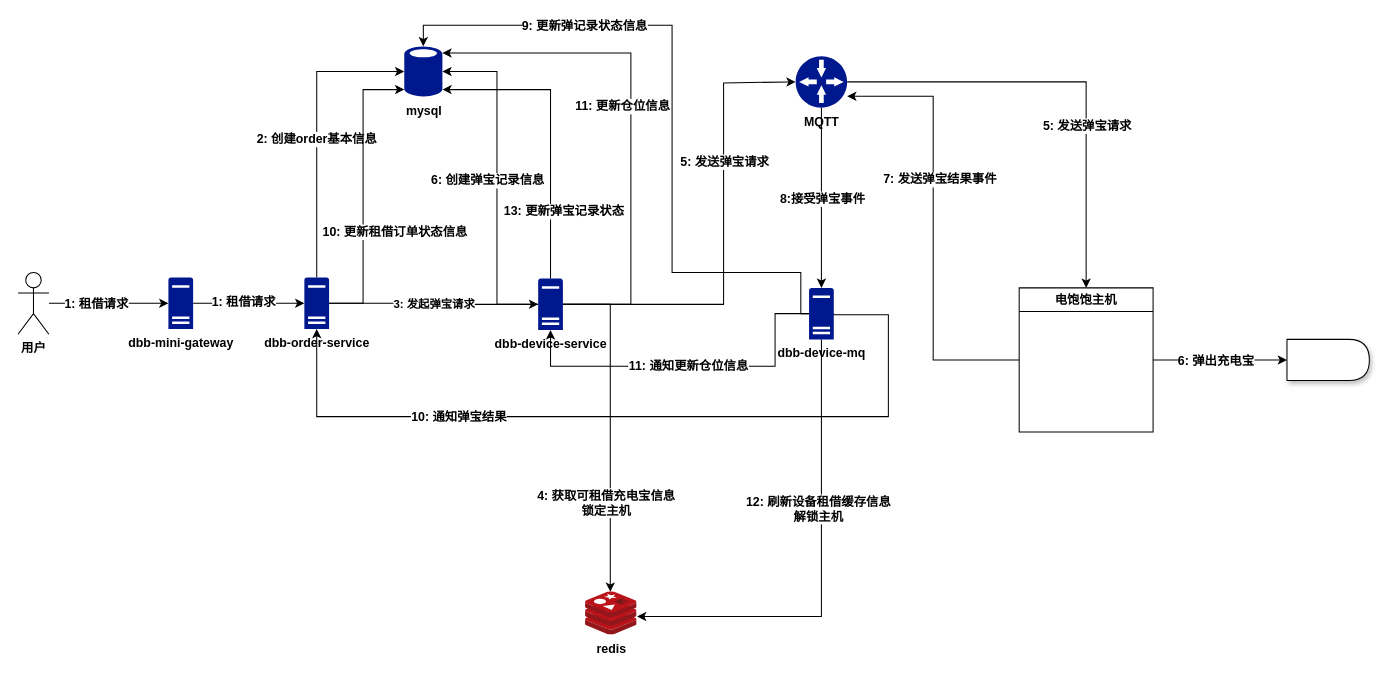
unmurphy/markdown-photo keeps this draw.io diagram as dbb work flow.drawio. Above is the earlier version. Source tidied: cells renumbered, new cells numbered last; positions are measured from the earlier drawing's top-left corner, leaving out a move shared by most shapes. Both pictures are drawn from the tidied source at 103%, with x=0, y=0 at pixel (18, 25).
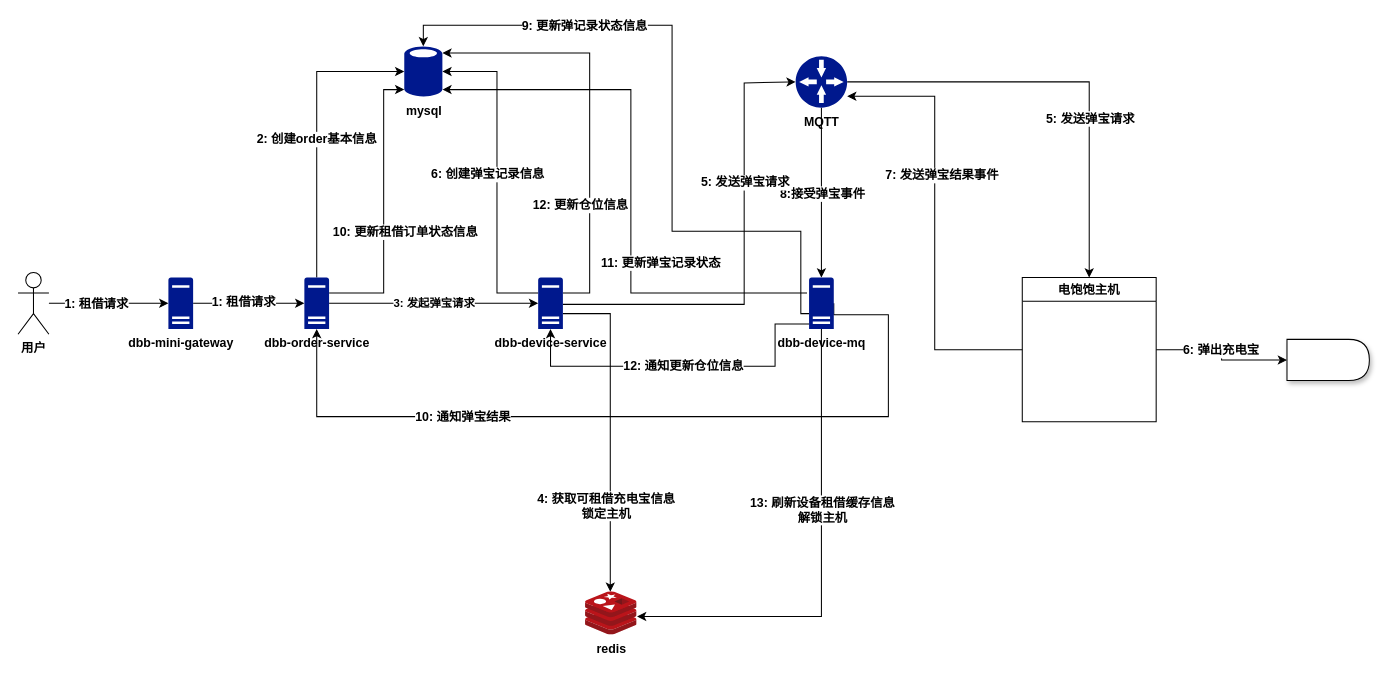
Above is the later version.

The change refers to these unchanged cells:
```xml
<mxCell id="14" value="MQTT" style="shadow=0;dashed=0;html=1;strokeColor=none;labelPosition=center;verticalLabelPosition=bottom;verticalAlign=top;align=center;fillColor=#00188D;shape=mxgraph.mscae.enterprise.gateway;fontStyle=1;" parent="1" vertex="1">
  <mxGeometry x="755" y="30" width="50" height="50" as="geometry" />
</mxCell>
<mxCell id="20" value="dbb-order-service" style="shadow=0;dashed=0;html=1;strokeColor=none;labelPosition=center;verticalLabelPosition=bottom;verticalAlign=top;align=center;fillColor=#00188D;shape=mxgraph.mscae.enterprise.server_generic;fontStyle=1;" parent="1" vertex="1">
  <mxGeometry x="278" y="245" width="24" height="50" as="geometry" />
</mxCell>
<mxCell id="35" value="mysql" style="shadow=0;dashed=0;html=1;strokeColor=none;labelPosition=center;verticalLabelPosition=bottom;verticalAlign=top;align=center;fillColor=#00188D;shape=mxgraph.mscae.enterprise.database_generic;fontStyle=1;" parent="1" vertex="1">
  <mxGeometry x="375" y="20" width="37" height="50" as="geometry" />
</mxCell>
<mxCell id="36" value="redis" style="html=1;points=[];align=center;image;fontSize=12;image=img/lib/mscae/Cache_Redis_Product.svg;fontStyle=1;" parent="1" vertex="1">
  <mxGeometry x="551" y="550" width="50" height="42" as="geometry" />
</mxCell>
<mxCell id="44" style="edgeStyle=orthogonalEdgeStyle;rounded=0;jettySize=auto;html=1;entryX=1;entryY=0.571;entryDx=0;entryDy=0;entryPerimeter=0;" parent="1" edge="1" source="46" target="36">
  <mxGeometry relative="1" as="geometry">
    <Array as="points">
      <mxPoint x="780" y="574" />
    </Array>
  </mxGeometry>
</mxCell>
```

Change to the diagram source:
```diff
@@
     <mxCell id="9" value="电饱饱主机" style="swimlane;" parent="1" vertex="1">
-      <mxGeometry x="972" y="255" width="130" height="140" as="geometry" />
+      <mxGeometry x="975" y="245" width="130" height="140" as="geometry" />
     </mxCell>
@@
     <mxCell id="18" style="edgeStyle=orthogonalEdgeStyle;rounded=0;jettySize=auto;html=1;entryX=0;entryY=0.85;entryDx=0;entryDy=0;entryPerimeter=0;" parent="1" edge="1" source="20" target="35">
       <mxGeometry relative="1" as="geometry">
         <Array as="points">
-          <mxPoint x="335" y="270" />
-          <mxPoint x="335" y="63" />
+          <mxPoint x="355" y="260" />
+          <mxPoint x="355" y="63" />
         </Array>
       </mxGeometry>
     </mxCell>
     <mxCell id="19" value="&lt;b&gt;10: 更新租借订单状态信息&lt;/b&gt;" style="text;html=1;align=center;verticalAlign=middle;labelBackgroundColor=#ffffff;" parent="18" vertex="1">
       <mxGeometry x="-0.12" relative="1" as="geometry">
-        <mxPoint x="30" y="20" as="offset" />
+        <mxPoint x="20" y="6" as="offset" />
       </mxGeometry>
     </mxCell>
@@
     <mxCell id="21" style="edgeStyle=orthogonalEdgeStyle;rounded=0;jettySize=auto;html=1;entryX=1;entryY=0.5;entryDx=0;entryDy=0;entryPerimeter=0;" parent="1" edge="1" source="31" target="35">
       <mxGeometry relative="1" as="geometry">
         <Array as="points">
-          <mxPoint x="465" y="271" />
+          <mxPoint x="465" y="260" />
           <mxPoint x="465" y="45" />
         </Array>
       </mxGeometry>
     </mxCell>
@@
     <mxCell id="23" style="edgeStyle=orthogonalEdgeStyle;rounded=0;jettySize=auto;html=1;" parent="1" edge="1" source="31" target="36">
       <mxGeometry relative="1" as="geometry">
         <Array as="points">
-          <mxPoint x="575" y="271" />
+          <mxPoint x="575" y="280" />
         </Array>
       </mxGeometry>
     </mxCell>
@@
     <mxCell id="25" style="edgeStyle=orthogonalEdgeStyle;rounded=0;jettySize=auto;html=1;entryX=0;entryY=0.5;entryDx=0;entryDy=0;entryPerimeter=0;" parent="1" edge="1" source="31" target="14">
       <mxGeometry relative="1" as="geometry">
         <Array as="points">
-          <mxPoint x="685" y="271" />
-          <mxPoint x="685" y="56" />
+          <mxPoint x="705" y="271" />
+          <mxPoint x="705" y="56" />
         </Array>
       </mxGeometry>
     </mxCell>
@@
-    <mxCell id="27" style="edgeStyle=orthogonalEdgeStyle;rounded=0;jettySize=auto;html=1;entryX=1;entryY=0.85;entryDx=0;entryDy=0;entryPerimeter=0;" parent="1" edge="1" source="31" target="35">
+    <mxCell id="27" style="edgeStyle=orthogonalEdgeStyle;rounded=0;jettySize=auto;html=1;entryX=1;entryY=0.85;entryDx=0;entryDy=0;entryPerimeter=0;" parent="1" edge="1" target="35">
       <mxGeometry relative="1" as="geometry">
+        <mxPoint x="766" y="260" as="sourcePoint" />
         <Array as="points">
-          <mxPoint x="517" y="63" />
+          <mxPoint x="766" y="260" />
+          <mxPoint x="595" y="260" />
+          <mxPoint x="595" y="63" />
         </Array>
       </mxGeometry>
     </mxCell>
-    <mxCell id="28" value="13: 更新弹宝记录状态" style="text;html=1;align=center;verticalAlign=middle;labelBackgroundColor=#ffffff;fontStyle=1;" parent="27" vertex="1">
+    <mxCell id="28" value="11: 更新弹宝记录状态" style="text;html=1;align=center;verticalAlign=middle;labelBackgroundColor=#ffffff;fontStyle=1;" parent="27" vertex="1">
       <mxGeometry x="-0.6" relative="1" as="geometry">
-        <mxPoint x="12" y="-8" as="offset" />
+        <mxPoint x="-33" y="-30" as="offset" />
       </mxGeometry>
     </mxCell>
     <mxCell id="29" style="edgeStyle=orthogonalEdgeStyle;rounded=0;jettySize=auto;html=1;entryX=1;entryY=0.14;entryDx=0;entryDy=0;entryPerimeter=0;" parent="1" edge="1" source="31" target="35">
       <mxGeometry relative="1" as="geometry">
         <Array as="points">
-          <mxPoint x="595" y="271" />
-          <mxPoint x="595" y="27" />
+          <mxPoint x="555" y="260" />
+          <mxPoint x="555" y="27" />
         </Array>
       </mxGeometry>
     </mxCell>
-    <mxCell id="30" value="11: 更新仓位信息" style="text;html=1;align=center;verticalAlign=middle;labelBackgroundColor=#ffffff;fontStyle=1;" parent="29" vertex="1">
+    <mxCell id="30" value="12: 更新仓位信息" style="text;html=1;align=center;verticalAlign=middle;labelBackgroundColor=#ffffff;fontStyle=1;" parent="29" vertex="1">
       <mxGeometry x="0.07" y="1" relative="1" as="geometry">
-        <mxPoint x="-8" y="5" as="offset" />
+        <mxPoint x="-9" y="103" as="offset" />
       </mxGeometry>
     </mxCell>
     <mxCell id="31" value="dbb-device-service" style="shadow=0;dashed=0;html=1;strokeColor=none;labelPosition=center;verticalLabelPosition=bottom;verticalAlign=top;align=center;fillColor=#00188D;shape=mxgraph.mscae.enterprise.server_generic;fontStyle=1;" parent="1" vertex="1">
-      <mxGeometry x="505" y="246" width="24" height="50" as="geometry" />
+      <mxGeometry x="505" y="245" width="24" height="50" as="geometry" />
     </mxCell>
@@
     <mxCell id="38" style="edgeStyle=orthogonalEdgeStyle;rounded=0;jettySize=auto;html=1;entryX=0.5;entryY=0.01;entryDx=0;entryDy=0;entryPerimeter=0;" parent="1" edge="1" source="46" target="35">
       <mxGeometry relative="1" as="geometry">
         <Array as="points">
           <mxPoint x="760" y="280" />
-          <mxPoint x="760" y="240" />
-          <mxPoint x="635" y="240" />
+          <mxPoint x="760" y="200" />
+          <mxPoint x="635" y="200" />
           <mxPoint x="635" />
           <mxPoint x="394" />
         </Array>
       </mxGeometry>
     </mxCell>
@@
     <mxCell id="42" style="edgeStyle=orthogonalEdgeStyle;rounded=0;jettySize=auto;html=1;entryX=0.5;entryY=1;entryDx=0;entryDy=0;entryPerimeter=0;" parent="1" edge="1" source="46" target="31">
       <mxGeometry relative="1" as="geometry">
         <Array as="points">
-          <mxPoint x="735" y="280" />
+          <mxPoint x="735" y="290" />
           <mxPoint x="735" y="331" />
           <mxPoint x="517" y="331" />
         </Array>
       </mxGeometry>
     </mxCell>
-    <mxCell id="43" value="11: 通知更新仓位信息" style="text;html=1;align=center;verticalAlign=middle;labelBackgroundColor=#ffffff;fontStyle=1;" parent="42" vertex="1">
+    <mxCell id="43" value="12: 通知更新仓位信息" style="text;html=1;align=center;verticalAlign=middle;labelBackgroundColor=#ffffff;fontStyle=1;" parent="42" vertex="1">
       <mxGeometry x="0.08" relative="1" as="geometry">
         <mxPoint x="13" y="-1" as="offset" />
       </mxGeometry>
     </mxCell>
@@
-    <mxCell id="45" value="12: 刷新设备租借缓存信息&lt;br&gt;解锁主机" style="text;html=1;align=center;verticalAlign=middle;labelBackgroundColor=#ffffff;fontStyle=1;" parent="44" vertex="1">
+    <mxCell id="45" value="13: 刷新设备租借缓存信息&lt;br&gt;解锁主机" style="text;html=1;align=center;verticalAlign=middle;labelBackgroundColor=#ffffff;fontStyle=1;" parent="44" vertex="1">
       <mxGeometry x="0.22" y="-1" relative="1" as="geometry">
         <mxPoint y="-103" as="offset" />
       </mxGeometry>
     </mxCell>
     <mxCell id="46" value="dbb-device-mq" style="shadow=0;dashed=0;html=1;strokeColor=none;labelPosition=center;verticalLabelPosition=bottom;verticalAlign=top;align=center;fillColor=#00188D;shape=mxgraph.mscae.enterprise.server_generic;fontStyle=1;" parent="1" vertex="1">
-      <mxGeometry x="768" y="255" width="24" height="50" as="geometry" />
+      <mxGeometry x="768" y="245" width="24" height="50" as="geometry" />
     </mxCell>
```
